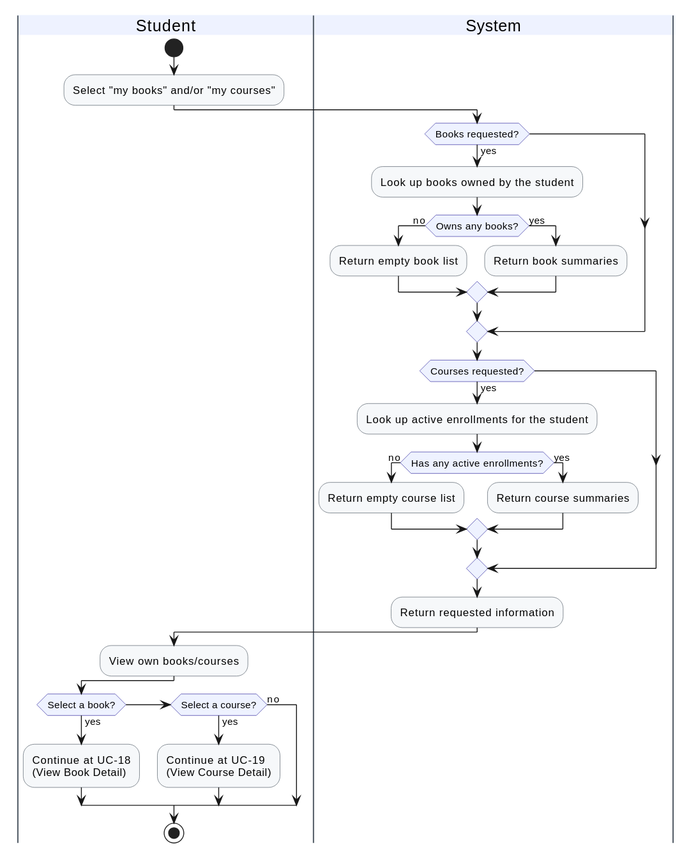
This is docs/BA-docs/activity-diagram-assets/uc16-view-own.svg from phuchoang2005/Student-Management-System, a PlantUML export, as it was before one commit. Source of this version:
```plantuml
@startuml
skinparam backgroundColor transparent
skinparam activity {
  BackgroundColor #F6F8FA
  BorderColor #57606A
  DiamondBackgroundColor #EEF2FF
  DiamondBorderColor #3730A3
}
skinparam swimlane {
  BorderColor #57606A
  TitleBackgroundColor #EEF2FF
}

|Student|
start
:Select "my books" and/or "my courses";

|System|
if (Books requested?) then (yes)
  :Look up books owned by the student;
  if (Owns any books?) then (no)
    :Return empty book list;
  else (yes)
    :Return book summaries;
  endif
endif
if (Courses requested?) then (yes)
  :Look up active enrollments for the student;
  if (Has any active enrollments?) then (no)
    :Return empty course list;
  else (yes)
    :Return course summaries;
  endif
endif
:Return requested information;

|Student|
:View own books/courses;
if (Select a book?) then (yes)
  :Continue at UC-18\n(View Book Detail);
elseif (Select a course?) then (yes)
  :Continue at UC-19\n(View Course Detail);
else (no)
endif
stop
@enduml
```
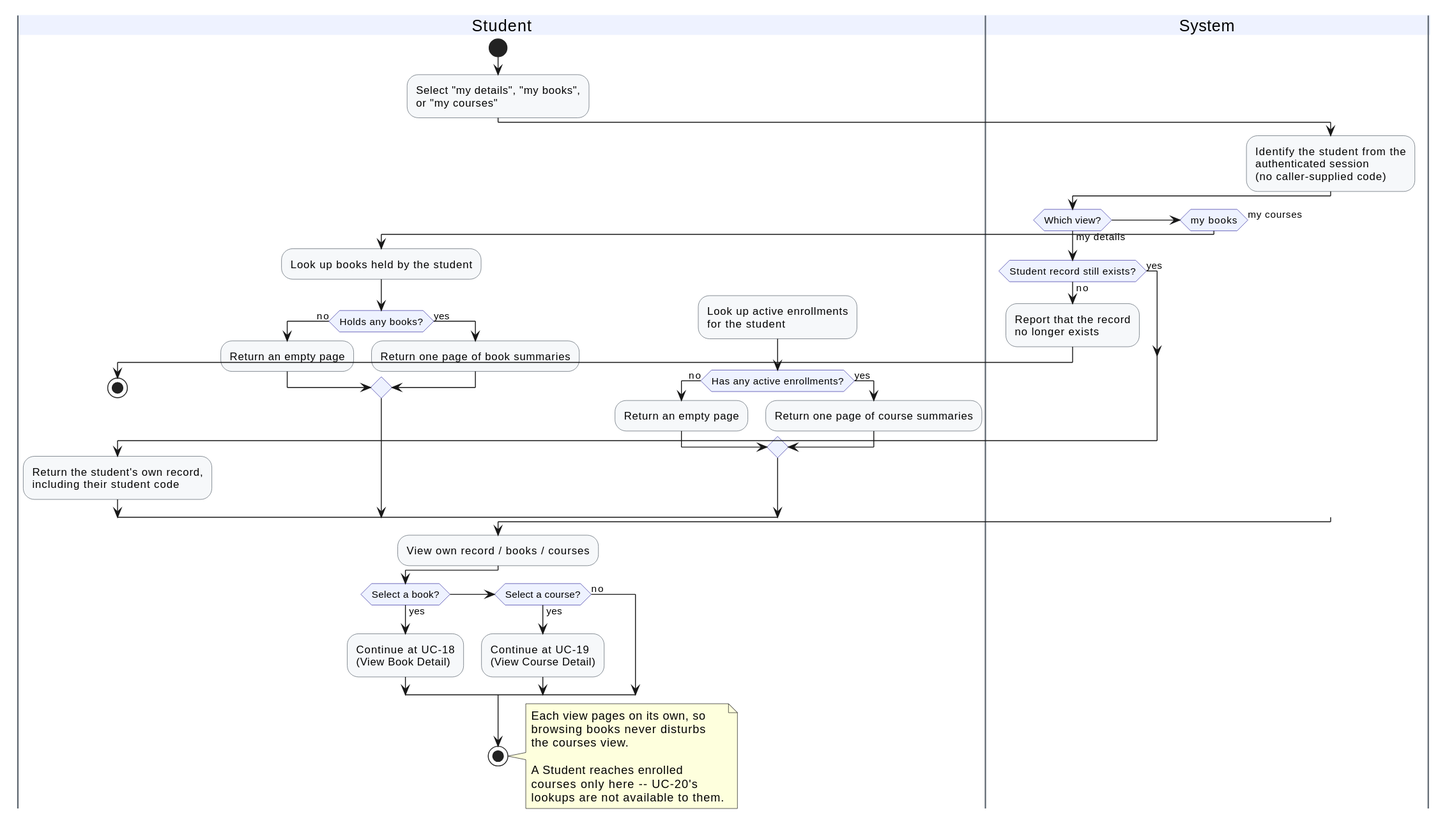
Above is the later version.

Change to the diagram source:
```diff
@@ -13,29 +13,36 @@
 
 |Student|
 start
-:Select "my books" and/or "my courses";
+:Select "my details", "my books",\nor "my courses";
 
 |System|
-if (Books requested?) then (yes)
-  :Look up books owned by the student;
-  if (Owns any books?) then (no)
-    :Return empty book list;
+:Identify the student from the\nauthenticated session\n(no caller-supplied code);
+if (Which view?) then (my details)
+  if (Student record still exists?) then (no)
+    :Report that the record\nno longer exists;
+    |Student|
+    stop
   else (yes)
-    :Return book summaries;
+  endif
+  :Return the student's own record,\nincluding their student code;
+elseif (my books) then
+  :Look up books held by the student;
+  if (Holds any books?) then (no)
+    :Return an empty page;
+  else (yes)
+    :Return one page of book summaries;
+  endif
+else (my courses)
+  :Look up active enrollments\nfor the student;
+  if (Has any active enrollments?) then (no)
+    :Return an empty page;
+  else (yes)
+    :Return one page of course summaries;
   endif
 endif
-if (Courses requested?) then (yes)
-  :Look up active enrollments for the student;
-  if (Has any active enrollments?) then (no)
-    :Return empty course list;
-  else (yes)
-    :Return course summaries;
-  endif
-endif
-:Return requested information;
 
 |Student|
-:View own books/courses;
+:View own record / books / courses;
 if (Select a book?) then (yes)
   :Continue at UC-18\n(View Book Detail);
 elseif (Select a course?) then (yes)
@@ -43,4 +50,14 @@
 else (no)
 endif
 stop
+
+note right
+  Each view pages on its own, so
+  browsing books never disturbs
+  the courses view.
+
+  A Student reaches enrolled
+  courses only here -- UC-20's
+  lookups are not available to them.
+end note
 @enduml
```
